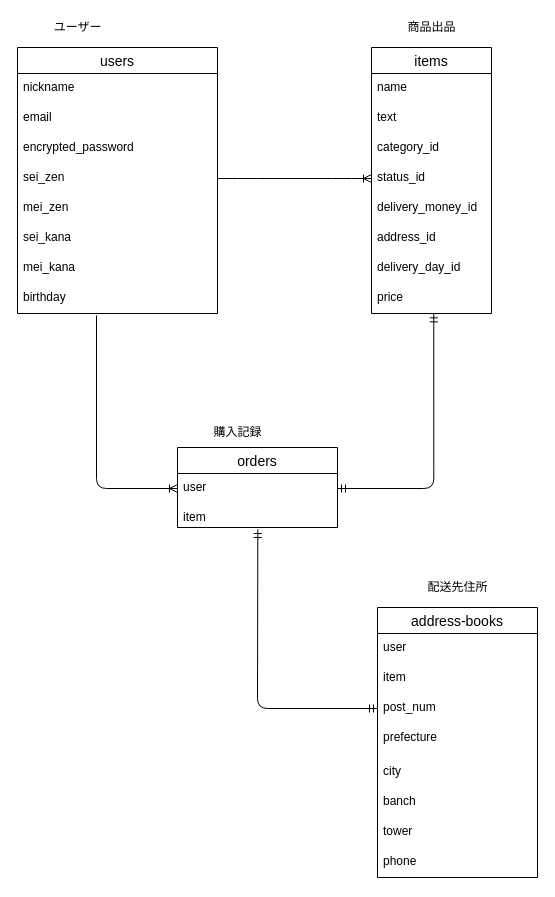
Earlier version of the draw.io diagram ER図.dio (ak-matsu/furima-34248). Source tidied: cells renumbered, new cells numbered last; positions are measured from the earlier drawing's top-left corner, leaving out a move shared by most shapes. Both pictures are drawn from the tidied source at 100%, with x=0, y=0 at pixel (17, 17).
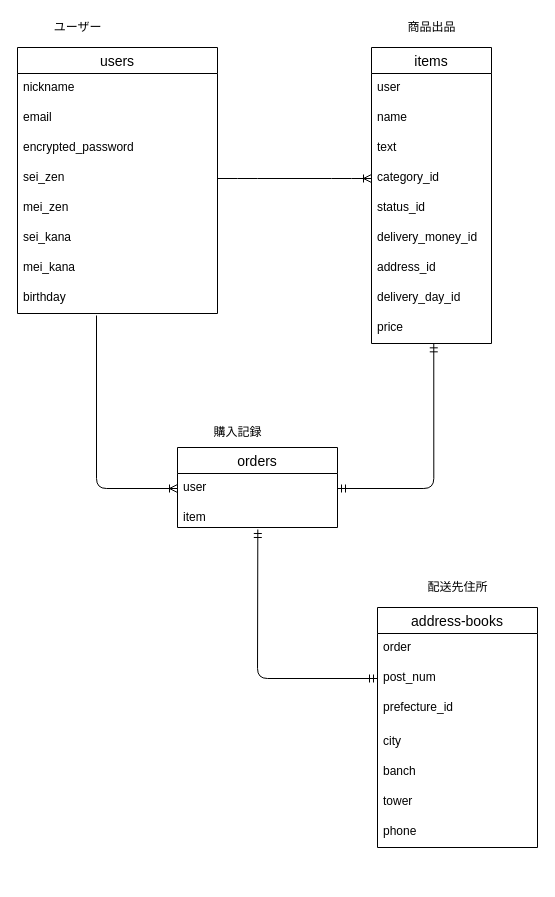
The same diagram, later.

The change refers to these unchanged cells:
```xml
<mxCell id="6" value="sei_zen" style="text;strokeColor=none;fillColor=none;spacingLeft=4;spacingRight=4;overflow=hidden;points=[[0,0.5],[1,0.5]];portConstraint=eastwest;fontSize=12;" parent="2" vertex="1">
  <mxGeometry y="116" width="200" height="30" as="geometry" />
</mxCell>
```

Change to the diagram source:
```diff
@@
     <mxCell id="11" value="items" style="swimlane;fontStyle=0;horizontal=1;startSize=26;align=center;fontSize=14;" parent="1" vertex="1">
-      <mxGeometry x="354" y="30" width="120" height="266" as="geometry" />
+      <mxGeometry x="354" y="30" width="120" height="296" as="geometry" />
     </mxCell>
+    <mxCell id="40" value="user" style="text;strokeColor=none;fillColor=none;spacingLeft=4;spacingRight=4;overflow=hidden;fontSize=12;" parent="11" vertex="1">
+      <mxGeometry y="26" width="120" height="30" as="geometry" />
+    </mxCell>
     <mxCell id="12" value="name" style="text;strokeColor=none;fillColor=none;spacingLeft=4;spacingRight=4;overflow=hidden;fontSize=12;" parent="11" vertex="1">
-      <mxGeometry y="26" width="120" height="30" as="geometry" />
+      <mxGeometry y="56" width="120" height="30" as="geometry" />
     </mxCell>
     <mxCell id="13" value="text" style="text;strokeColor=none;fillColor=none;spacingLeft=4;spacingRight=4;overflow=hidden;fontSize=12;" parent="11" vertex="1">
-      <mxGeometry y="56" width="120" height="30" as="geometry" />
+      <mxGeometry y="86" width="120" height="30" as="geometry" />
     </mxCell>
     <mxCell id="14" value="category_id" style="text;strokeColor=none;fillColor=none;spacingLeft=4;spacingRight=4;overflow=hidden;points=[[0,0.5],[1,0.5]];portConstraint=eastwest;fontSize=12;" parent="11" vertex="1">
-      <mxGeometry y="86" width="120" height="30" as="geometry" />
+      <mxGeometry y="116" width="120" height="30" as="geometry" />
     </mxCell>
     <mxCell id="15" value="status_id" style="text;strokeColor=none;fillColor=none;spacingLeft=4;spacingRight=4;overflow=hidden;points=[[0,0.5],[1,0.5]];portConstraint=eastwest;fontSize=12;" parent="11" vertex="1">
-      <mxGeometry y="116" width="120" height="30" as="geometry" />
+      <mxGeometry y="146" width="120" height="30" as="geometry" />
     </mxCell>
     <mxCell id="16" value="delivery_money_id" style="text;strokeColor=none;fillColor=none;spacingLeft=4;spacingRight=4;overflow=hidden;fontSize=12;" parent="11" vertex="1">
-      <mxGeometry y="146" width="120" height="30" as="geometry" />
+      <mxGeometry y="176" width="120" height="30" as="geometry" />
     </mxCell>
     <mxCell id="17" value="address_id" style="text;strokeColor=none;fillColor=none;spacingLeft=4;spacingRight=4;overflow=hidden;fontSize=12;" parent="11" vertex="1">
-      <mxGeometry y="176" width="120" height="30" as="geometry" />
+      <mxGeometry y="206" width="120" height="30" as="geometry" />
     </mxCell>
     <mxCell id="18" value="delivery_day_id" style="text;strokeColor=none;fillColor=none;spacingLeft=4;spacingRight=4;overflow=hidden;fontSize=12;" parent="11" vertex="1">
-      <mxGeometry y="206" width="120" height="30" as="geometry" />
+      <mxGeometry y="236" width="120" height="30" as="geometry" />
     </mxCell>
     <mxCell id="19" value="price" style="text;strokeColor=none;fillColor=none;spacingLeft=4;spacingRight=4;overflow=hidden;points=[[0,0.5],[1,0.5]];portConstraint=eastwest;fontSize=12;" parent="11" vertex="1">
-      <mxGeometry y="236" width="120" height="30" as="geometry" />
+      <mxGeometry y="266" width="120" height="30" as="geometry" />
     </mxCell>
@@
     <mxCell id="27" value="address-books" style="swimlane;fontStyle=0;horizontal=1;startSize=26;align=center;fontSize=14;" parent="1" vertex="1">
-      <mxGeometry x="360" y="590" width="160" height="270" as="geometry" />
+      <mxGeometry x="360" y="590" width="160" height="240" as="geometry" />
     </mxCell>
-    <mxCell id="28" value="user" style="text;strokeColor=none;fillColor=none;spacingLeft=4;spacingRight=4;overflow=hidden;fontSize=12;" parent="27" vertex="1">
+    <mxCell id="28" value="order" style="text;strokeColor=none;fillColor=none;spacingLeft=4;spacingRight=4;overflow=hidden;fontSize=12;" parent="27" vertex="1">
       <mxGeometry y="26" width="160" height="30" as="geometry" />
     </mxCell>
-    <mxCell id="29" value="item" style="text;strokeColor=none;fillColor=none;spacingLeft=4;spacingRight=4;overflow=hidden;fontSize=12;" parent="27" vertex="1">
-      <mxGeometry y="56" width="160" height="30" as="geometry" />
-    </mxCell>
     <mxCell id="30" value="post_num" style="text;strokeColor=none;fillColor=none;spacingLeft=4;spacingRight=4;overflow=hidden;points=[[0,0.5],[1,0.5]];portConstraint=eastwest;fontSize=12;" parent="27" vertex="1">
-      <mxGeometry y="86" width="160" height="30" as="geometry" />
+      <mxGeometry y="56" width="160" height="30" as="geometry" />
     </mxCell>
-    <mxCell id="31" value="prefecture" style="text;strokeColor=none;fillColor=none;spacingLeft=4;spacingRight=4;overflow=hidden;fontSize=12;" parent="27" vertex="1">
-      <mxGeometry y="116" width="160" height="34" as="geometry" />
+    <mxCell id="31" value="prefecture_id" style="text;strokeColor=none;fillColor=none;spacingLeft=4;spacingRight=4;overflow=hidden;fontSize=12;" parent="27" vertex="1">
+      <mxGeometry y="86" width="160" height="34" as="geometry" />
     </mxCell>
     <mxCell id="32" value="city" style="text;strokeColor=none;fillColor=none;spacingLeft=4;spacingRight=4;overflow=hidden;fontSize=12;" parent="27" vertex="1">
-      <mxGeometry y="150" width="160" height="30" as="geometry" />
+      <mxGeometry y="120" width="160" height="30" as="geometry" />
     </mxCell>
     <mxCell id="33" value="banch" style="text;strokeColor=none;fillColor=none;spacingLeft=4;spacingRight=4;overflow=hidden;fontSize=12;" parent="27" vertex="1">
-      <mxGeometry y="180" width="160" height="30" as="geometry" />
+      <mxGeometry y="150" width="160" height="30" as="geometry" />
     </mxCell>
     <mxCell id="34" value="tower" style="text;strokeColor=none;fillColor=none;spacingLeft=4;spacingRight=4;overflow=hidden;fontSize=12;" parent="27" vertex="1">
-      <mxGeometry y="210" width="160" height="30" as="geometry" />
+      <mxGeometry y="180" width="160" height="30" as="geometry" />
     </mxCell>
     <mxCell id="35" value="phone" style="text;strokeColor=none;fillColor=none;spacingLeft=4;spacingRight=4;overflow=hidden;fontSize=12;" parent="27" vertex="1">
-      <mxGeometry y="240" width="160" height="30" as="geometry" />
+      <mxGeometry y="210" width="160" height="30" as="geometry" />
     </mxCell>
@@
-    <mxCell id="37" style="edgeStyle=entityRelationEdgeStyle;fontSize=12;html=1;endArrow=ERoneToMany;entryX=0;entryY=0.5;entryDx=0;entryDy=0;exitX=1;exitY=0.5;exitDx=0;exitDy=0;" parent="1" edge="1" source="6" target="15">
+    <mxCell id="37" style="edgeStyle=entityRelationEdgeStyle;fontSize=12;html=1;endArrow=ERoneToMany;entryX=0;entryY=0.5;entryDx=0;entryDy=0;exitX=1;exitY=0.5;exitDx=0;exitDy=0;" parent="1" edge="1" source="6" target="14">
       <mxGeometry relative="1" as="geometry" />
     </mxCell>
```
